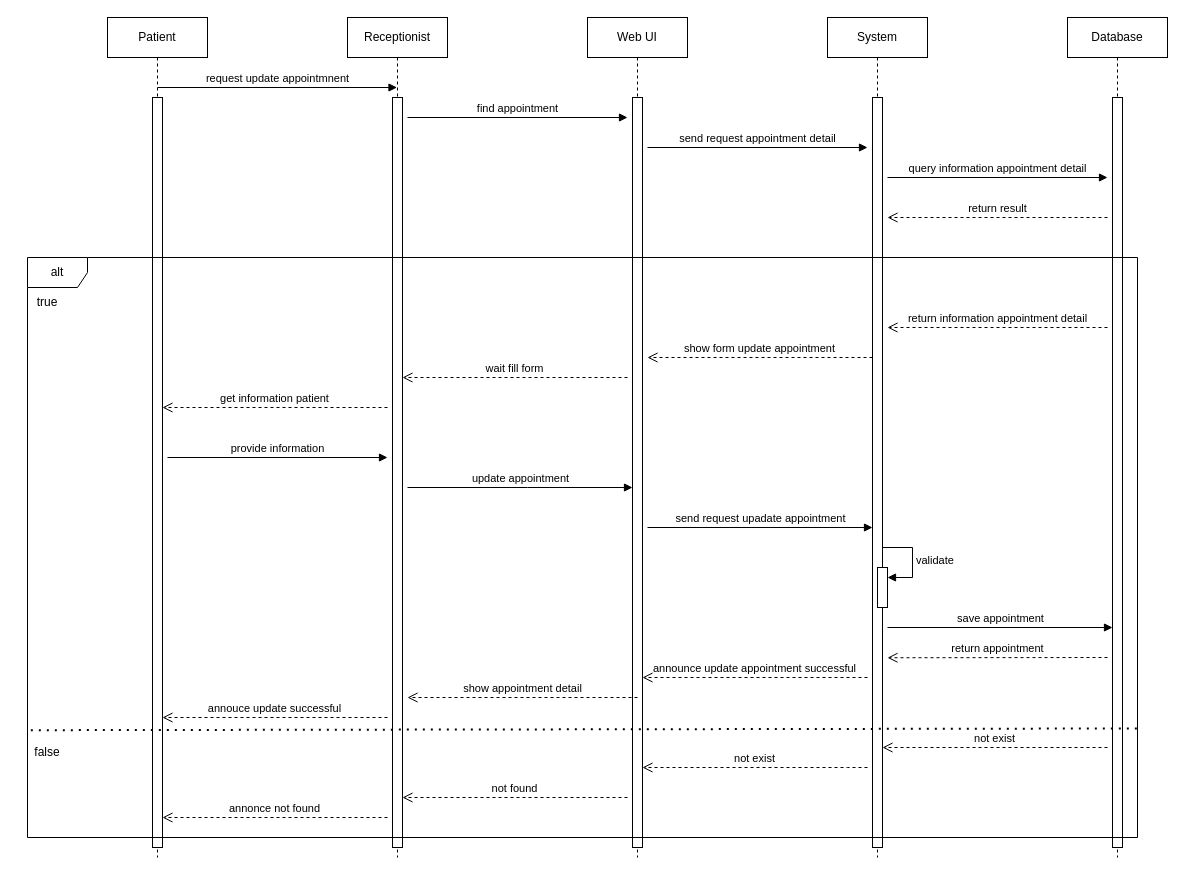
This is page "Sequence sửa lịch hẹn" (6 of 25) of project.drawio from Quang-1310/Quang-ENG-KS24A, a draw.io file, before an edit. Source tidied: cells renumbered, new cells numbered last; positions are measured from the earlier drawing's top-left corner, leaving out a move shared by most shapes. Both pictures are drawn from the tidied source at 100%, with x=0, y=0 at pixel (17, 17).
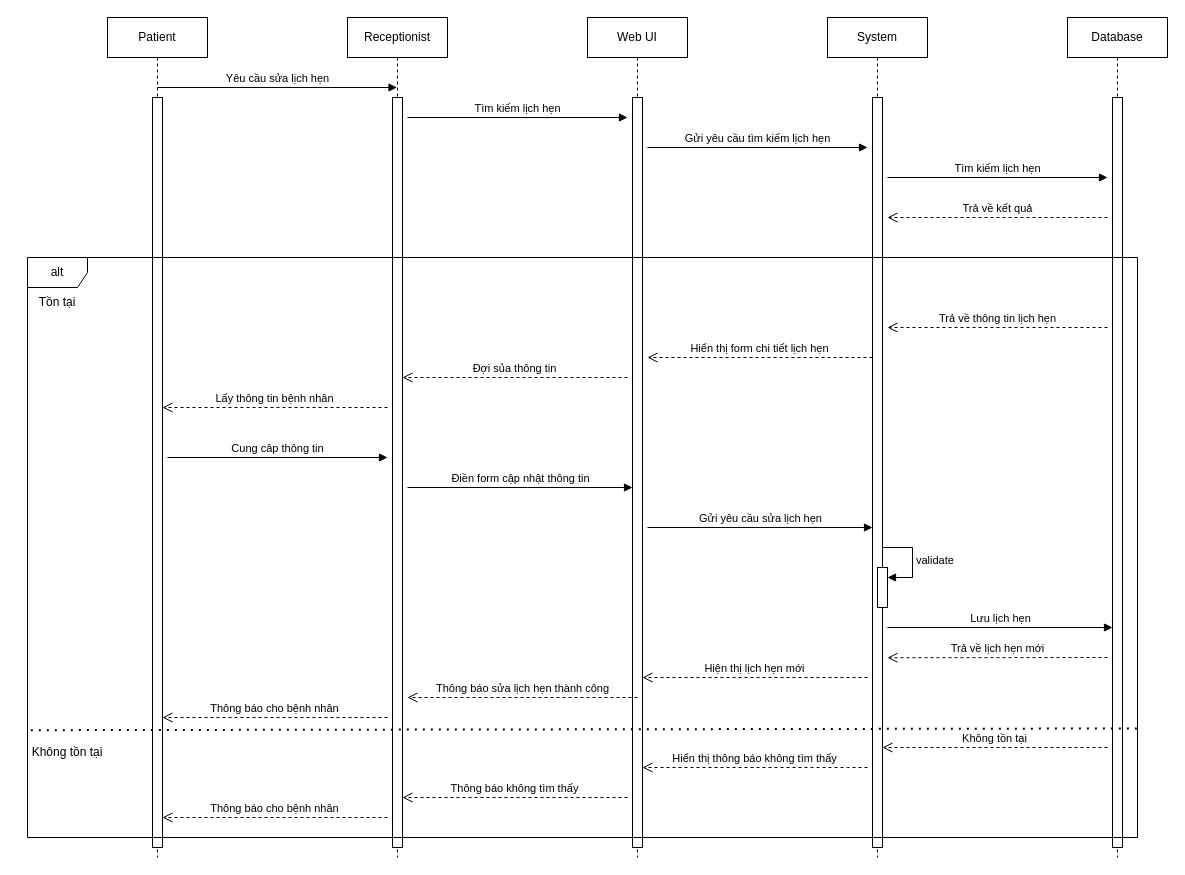
The same diagram, later.

Unchanged cells that the change refers to:
```xml
<mxCell id="3" style="html=1;points=[[0,0,0,0,5],[0,1,0,0,-5],[1,0,0,0,5],[1,1,0,0,-5]];perimeter=orthogonalPerimeter;outlineConnect=0;targetShapes=umlLifeline;portConstraint=eastwest;newEdgeStyle={&quot;curved&quot;:0,&quot;rounded&quot;:0};" parent="2" vertex="1">
  <mxGeometry x="45" y="80" width="10" height="750" as="geometry" />
</mxCell>
<mxCell id="4" value="Receptionist" style="shape=umlLifeline;perimeter=lifelinePerimeter;whiteSpace=wrap;html=1;outlineConnect=0;portConstraint=eastwest;newEdgeStyle={&quot;curved&quot;:0,&quot;rounded&quot;:0};" parent="1" vertex="1">
  <mxGeometry x="330" width="100" height="840" as="geometry" />
</mxCell>
<mxCell id="5" style="html=1;points=[[0,0,0,0,5],[0,1,0,0,-5],[1,0,0,0,5],[1,1,0,0,-5]];perimeter=orthogonalPerimeter;outlineConnect=0;targetShapes=umlLifeline;portConstraint=eastwest;newEdgeStyle={&quot;curved&quot;:0,&quot;rounded&quot;:0};" parent="4" vertex="1">
  <mxGeometry x="45" y="80" width="10" height="750" as="geometry" />
</mxCell>
<mxCell id="9" style="html=1;points=[[0,0,0,0,5],[0,1,0,0,-5],[1,0,0,0,5],[1,1,0,0,-5]];perimeter=orthogonalPerimeter;outlineConnect=0;targetShapes=umlLifeline;portConstraint=eastwest;newEdgeStyle={&quot;curved&quot;:0,&quot;rounded&quot;:0};" parent="8" vertex="1">
  <mxGeometry x="45" y="80" width="10" height="750" as="geometry" />
</mxCell>
```

What changed in the source:
```diff
@@
-    <mxCell id="12" value="request update appointmnent" style="html=1;verticalAlign=bottom;endArrow=block;curved=0;rounded=0;" parent="1" edge="1" target="4">
+    <mxCell id="12" value="Yêu cầu sửa lịch hẹn" style="html=1;verticalAlign=bottom;endArrow=block;curved=0;rounded=0;" parent="1" edge="1" target="4">
       <mxGeometry relative="1" as="geometry">
         <mxPoint x="140" y="70" as="sourcePoint" />
       </mxGeometry>
     </mxCell>
-    <mxCell id="13" value="find appointment" style="html=1;verticalAlign=bottom;endArrow=block;curved=0;rounded=0;" parent="1" edge="1">
+    <mxCell id="13" value="Tìm kiếm lịch hẹn" style="html=1;verticalAlign=bottom;endArrow=block;curved=0;rounded=0;" parent="1" edge="1">
       <mxGeometry relative="1" as="geometry">
         <mxPoint x="390" y="100" as="sourcePoint" />
         <mxPoint x="610" y="100" as="targetPoint" />
       </mxGeometry>
     </mxCell>
-    <mxCell id="14" value="send request appointment detail" style="html=1;verticalAlign=bottom;endArrow=block;curved=0;rounded=0;" parent="1" edge="1">
+    <mxCell id="14" value="Gửi yêu cầu tìm kiếm lịch hẹn" style="html=1;verticalAlign=bottom;endArrow=block;curved=0;rounded=0;" parent="1" edge="1">
       <mxGeometry relative="1" as="geometry">
         <mxPoint x="630" y="130" as="sourcePoint" />
         <mxPoint x="850" y="130" as="targetPoint" />
       </mxGeometry>
     </mxCell>
-    <mxCell id="15" value="query information appointment detail" style="html=1;verticalAlign=bottom;endArrow=block;curved=0;rounded=0;" parent="1" edge="1">
+    <mxCell id="15" value="Tìm kiếm lịch hẹn" style="html=1;verticalAlign=bottom;endArrow=block;curved=0;rounded=0;" parent="1" edge="1">
       <mxGeometry relative="1" as="geometry">
         <mxPoint x="870" y="160" as="sourcePoint" />
         <mxPoint x="1090" y="160" as="targetPoint" />
       </mxGeometry>
     </mxCell>
-    <mxCell id="16" value="return information appointment detail" style="html=1;verticalAlign=bottom;endArrow=open;dashed=1;endSize=8;curved=0;rounded=0;" parent="1" edge="1">
+    <mxCell id="16" value="Trả về thông tin lịch hẹn" style="html=1;verticalAlign=bottom;endArrow=open;dashed=1;endSize=8;curved=0;rounded=0;" parent="1" edge="1">
       <mxGeometry relative="1" as="geometry">
         <mxPoint x="1090" y="310" as="sourcePoint" />
         <mxPoint x="870" y="310" as="targetPoint" />
       </mxGeometry>
     </mxCell>
-    <mxCell id="17" value="return result" style="html=1;verticalAlign=bottom;endArrow=open;dashed=1;endSize=8;curved=0;rounded=0;" parent="1" edge="1">
+    <mxCell id="17" value="Trả về kết quả" style="html=1;verticalAlign=bottom;endArrow=open;dashed=1;endSize=8;curved=0;rounded=0;" parent="1" edge="1">
       <mxGeometry relative="1" as="geometry">
         <mxPoint x="1090" y="200" as="sourcePoint" />
         <mxPoint x="870" y="200" as="targetPoint" />
       </mxGeometry>
     </mxCell>
@@
-    <mxCell id="19" value="true" style="text;html=1;whiteSpace=wrap;strokeColor=none;fillColor=none;align=center;verticalAlign=middle;rounded=0;" parent="1" vertex="1">
-      <mxGeometry y="270" width="60" height="30" as="geometry" />
+    <mxCell id="19" value="Tồn tại" style="text;html=1;whiteSpace=wrap;strokeColor=none;fillColor=none;align=center;verticalAlign=middle;rounded=0;" parent="1" vertex="1">
+      <mxGeometry x="10" y="270" width="60" height="30" as="geometry" />
     </mxCell>
-    <mxCell id="20" value="show form update appointment" style="html=1;verticalAlign=bottom;endArrow=open;dashed=1;endSize=8;curved=0;rounded=0;" parent="1" edge="1" source="9">
+    <mxCell id="20" value="Hiển thị form chi tiết lịch hẹn" style="html=1;verticalAlign=bottom;endArrow=open;dashed=1;endSize=8;curved=0;rounded=0;" parent="1" edge="1" source="9">
       <mxGeometry relative="1" as="geometry">
         <mxPoint x="630" y="340" as="targetPoint" />
       </mxGeometry>
     </mxCell>
-    <mxCell id="21" value="update appointment" style="html=1;verticalAlign=bottom;endArrow=block;curved=0;rounded=0;" parent="1" edge="1">
+    <mxCell id="21" value="Điền form cập nhật thông tin" style="html=1;verticalAlign=bottom;endArrow=block;curved=0;rounded=0;" parent="1" edge="1">
       <mxGeometry relative="1" as="geometry">
         <mxPoint x="390" y="470" as="sourcePoint" />
         <mxPoint x="615" y="470" as="targetPoint" />
         <Array as="points">
           <mxPoint x="510" y="470" />
         </Array>
       </mxGeometry>
     </mxCell>
-    <mxCell id="22" value="wait fill form" style="html=1;verticalAlign=bottom;endArrow=open;dashed=1;endSize=8;curved=0;rounded=0;" parent="1" edge="1" target="5">
+    <mxCell id="22" value="Đợi sủa thông tin" style="html=1;verticalAlign=bottom;endArrow=open;dashed=1;endSize=8;curved=0;rounded=0;" parent="1" edge="1" target="5">
       <mxGeometry relative="1" as="geometry">
         <mxPoint x="610" y="360" as="sourcePoint" />
       </mxGeometry>
     </mxCell>
-    <mxCell id="23" value="get information patient" style="html=1;verticalAlign=bottom;endArrow=open;dashed=1;endSize=8;curved=0;rounded=0;" parent="1" edge="1" target="3">
+    <mxCell id="23" value="Lấy thông tin bệnh nhân" style="html=1;verticalAlign=bottom;endArrow=open;dashed=1;endSize=8;curved=0;rounded=0;" parent="1" edge="1" target="3">
       <mxGeometry relative="1" as="geometry">
         <mxPoint x="370" y="390" as="sourcePoint" />
       </mxGeometry>
     </mxCell>
-    <mxCell id="24" value="provide information" style="html=1;verticalAlign=bottom;endArrow=block;curved=0;rounded=0;" parent="1" edge="1">
+    <mxCell id="24" value="Cung câp thông tin" style="html=1;verticalAlign=bottom;endArrow=block;curved=0;rounded=0;" parent="1" edge="1">
       <mxGeometry relative="1" as="geometry">
         <mxPoint x="150" y="440" as="sourcePoint" />
         <mxPoint x="370" y="440" as="targetPoint" />
       </mxGeometry>
     </mxCell>
-    <mxCell id="25" value="send request upadate appointment" style="html=1;verticalAlign=bottom;endArrow=block;curved=0;rounded=0;" parent="1" edge="1" target="9">
+    <mxCell id="25" value="Gửi yêu cầu sửa lịch hẹn" style="html=1;verticalAlign=bottom;endArrow=block;curved=0;rounded=0;" parent="1" edge="1" target="9">
       <mxGeometry relative="1" as="geometry">
         <mxPoint x="630" y="510" as="sourcePoint" />
       </mxGeometry>
     </mxCell>
-    <mxCell id="26" value="save appointment" style="html=1;verticalAlign=bottom;endArrow=block;curved=0;rounded=0;" parent="1" edge="1">
+    <mxCell id="26" value="Lưu lịch hẹn" style="html=1;verticalAlign=bottom;endArrow=block;curved=0;rounded=0;" parent="1" edge="1">
       <mxGeometry relative="1" as="geometry">
         <mxPoint x="870" y="610" as="sourcePoint" />
         <mxPoint x="1095" y="610" as="targetPoint" />
       </mxGeometry>
     </mxCell>
-    <mxCell id="27" value="announce update appointment successful" style="html=1;verticalAlign=bottom;endArrow=open;dashed=1;endSize=8;curved=0;rounded=0;" parent="1" edge="1">
+    <mxCell id="27" value="Hiện thị lịch hẹn mới" style="html=1;verticalAlign=bottom;endArrow=open;dashed=1;endSize=8;curved=0;rounded=0;" parent="1" edge="1">
       <mxGeometry relative="1" as="geometry">
         <mxPoint x="850" y="660" as="sourcePoint" />
         <mxPoint x="625" y="660" as="targetPoint" />
         <Array as="points">
           <mxPoint x="810" y="660" />
         </Array>
       </mxGeometry>
     </mxCell>
-    <mxCell id="28" value="show appointment detail" style="html=1;verticalAlign=bottom;endArrow=open;dashed=1;endSize=8;curved=0;rounded=0;" parent="1" edge="1">
+    <mxCell id="28" value="Thông báo sửa lịch hẹn thành công" style="html=1;verticalAlign=bottom;endArrow=open;dashed=1;endSize=8;curved=0;rounded=0;" parent="1" edge="1">
       <mxGeometry relative="1" as="geometry">
         <mxPoint x="620" y="680" as="sourcePoint" />
         <mxPoint x="390" y="680" as="targetPoint" />
       </mxGeometry>
     </mxCell>
-    <mxCell id="29" value="annouce update successful" style="html=1;verticalAlign=bottom;endArrow=open;dashed=1;endSize=8;curved=0;rounded=0;" parent="1" edge="1">
+    <mxCell id="29" value="Thông báo cho bệnh nhân" style="html=1;verticalAlign=bottom;endArrow=open;dashed=1;endSize=8;curved=0;rounded=0;" parent="1" edge="1">
       <mxGeometry relative="1" as="geometry">
         <mxPoint x="370" y="700" as="sourcePoint" />
         <mxPoint x="145" y="700" as="targetPoint" />
       </mxGeometry>
     </mxCell>
@@
-    <mxCell id="31" value="false" style="text;html=1;whiteSpace=wrap;strokeColor=none;fillColor=none;align=center;verticalAlign=middle;rounded=0;" parent="1" vertex="1">
-      <mxGeometry y="720" width="60" height="30" as="geometry" />
+    <mxCell id="31" value="Không tồn tại" style="text;html=1;whiteSpace=wrap;strokeColor=none;fillColor=none;align=center;verticalAlign=middle;rounded=0;" parent="1" vertex="1">
+      <mxGeometry x="10" y="720" width="80" height="30" as="geometry" />
     </mxCell>
-    <mxCell id="32" value="not exist" style="html=1;verticalAlign=bottom;endArrow=open;dashed=1;endSize=8;curved=0;rounded=0;" parent="1" edge="1">
+    <mxCell id="32" value="Không tồn tại" style="html=1;verticalAlign=bottom;endArrow=open;dashed=1;endSize=8;curved=0;rounded=0;" parent="1" edge="1">
       <mxGeometry relative="1" as="geometry">
         <mxPoint x="1090" y="730" as="sourcePoint" />
         <mxPoint x="865" y="730" as="targetPoint" />
       </mxGeometry>
     </mxCell>
-    <mxCell id="33" value="not exist" style="html=1;verticalAlign=bottom;endArrow=open;dashed=1;endSize=8;curved=0;rounded=0;" parent="1" edge="1">
+    <mxCell id="33" value="Hiển thị thông báo không tìm thấy" style="html=1;verticalAlign=bottom;endArrow=open;dashed=1;endSize=8;curved=0;rounded=0;" parent="1" edge="1">
       <mxGeometry relative="1" as="geometry">
         <mxPoint x="850" y="750" as="sourcePoint" />
         <mxPoint x="625" y="750" as="targetPoint" />
         <Array as="points">
           <mxPoint x="830" y="750" />
         </Array>
       </mxGeometry>
     </mxCell>
-    <mxCell id="34" value="not found" style="html=1;verticalAlign=bottom;endArrow=open;dashed=1;endSize=8;curved=0;rounded=0;" parent="1" edge="1" target="5">
+    <mxCell id="34" value="Thông báo không tìm thấy" style="html=1;verticalAlign=bottom;endArrow=open;dashed=1;endSize=8;curved=0;rounded=0;" parent="1" edge="1" target="5">
       <mxGeometry relative="1" as="geometry">
         <mxPoint x="610" y="780" as="sourcePoint" />
       </mxGeometry>
     </mxCell>
-    <mxCell id="35" value="annonce not found" style="html=1;verticalAlign=bottom;endArrow=open;dashed=1;endSize=8;curved=0;rounded=0;" parent="1" edge="1" target="3">
+    <mxCell id="35" value="Thông báo cho bệnh nhân" style="html=1;verticalAlign=bottom;endArrow=open;dashed=1;endSize=8;curved=0;rounded=0;" parent="1" edge="1" target="3">
       <mxGeometry relative="1" as="geometry">
         <mxPoint x="370" y="800" as="sourcePoint" />
       </mxGeometry>
     </mxCell>
@@
-    <mxCell id="38" value="return appointment" style="html=1;verticalAlign=bottom;endArrow=open;dashed=1;endSize=8;curved=0;rounded=0;entryX=1.5;entryY=0.747;entryDx=0;entryDy=0;entryPerimeter=0;" parent="1" edge="1" target="9">
+    <mxCell id="38" value="Trả về lịch hẹn mới" style="html=1;verticalAlign=bottom;endArrow=open;dashed=1;endSize=8;curved=0;rounded=0;entryX=1.5;entryY=0.747;entryDx=0;entryDy=0;entryPerimeter=0;" parent="1" edge="1" target="9">
       <mxGeometry relative="1" as="geometry">
         <mxPoint x="1090" y="640" as="sourcePoint" />
       </mxGeometry>
     </mxCell>
```
